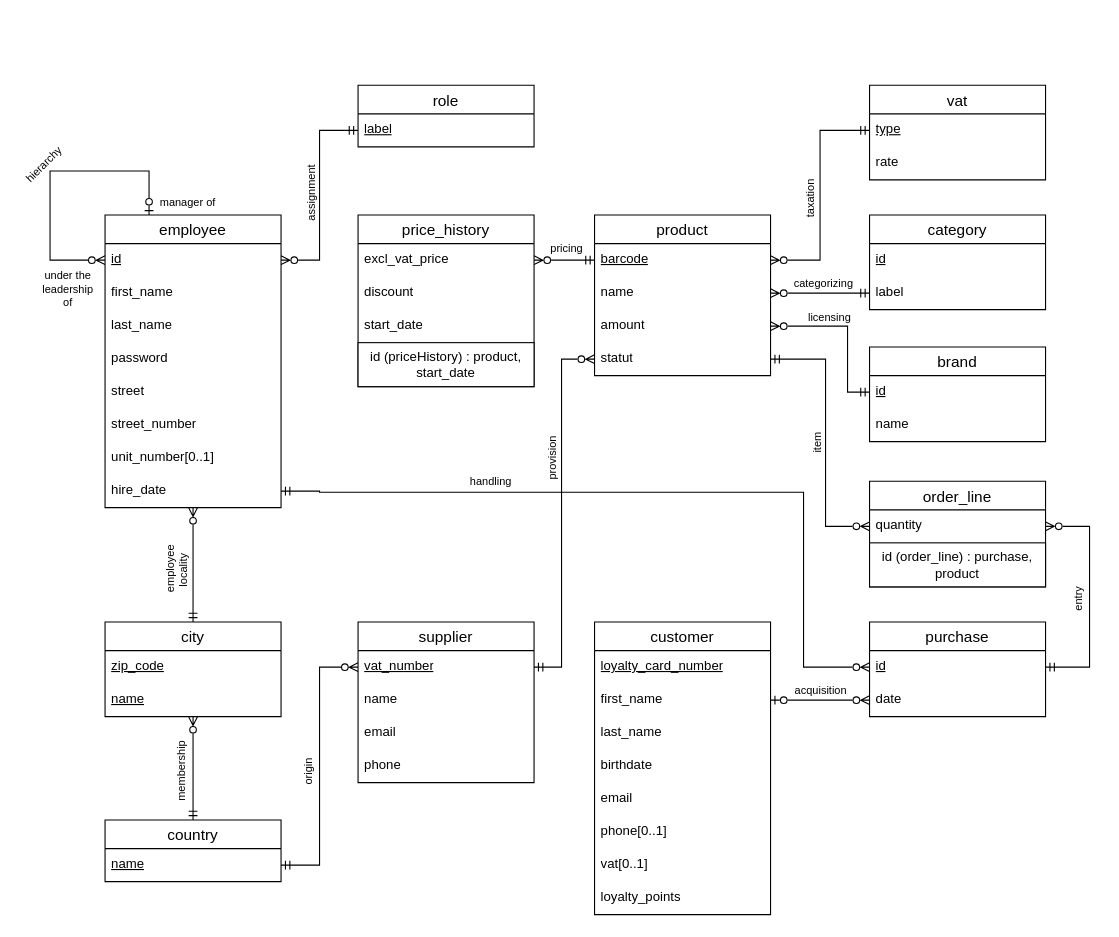
Before: docs/DB/ER_diagram.drawio in maxoux53/petit-bazar, a draw.io diagram. Source tidied: cells renumbered, new cells numbered last; positions are measured from the earlier drawing's top-left corner, leaving out a move shared by most shapes. Both pictures are drawn from the tidied source at 110%, with x=0, y=0 at pixel (16, 85).
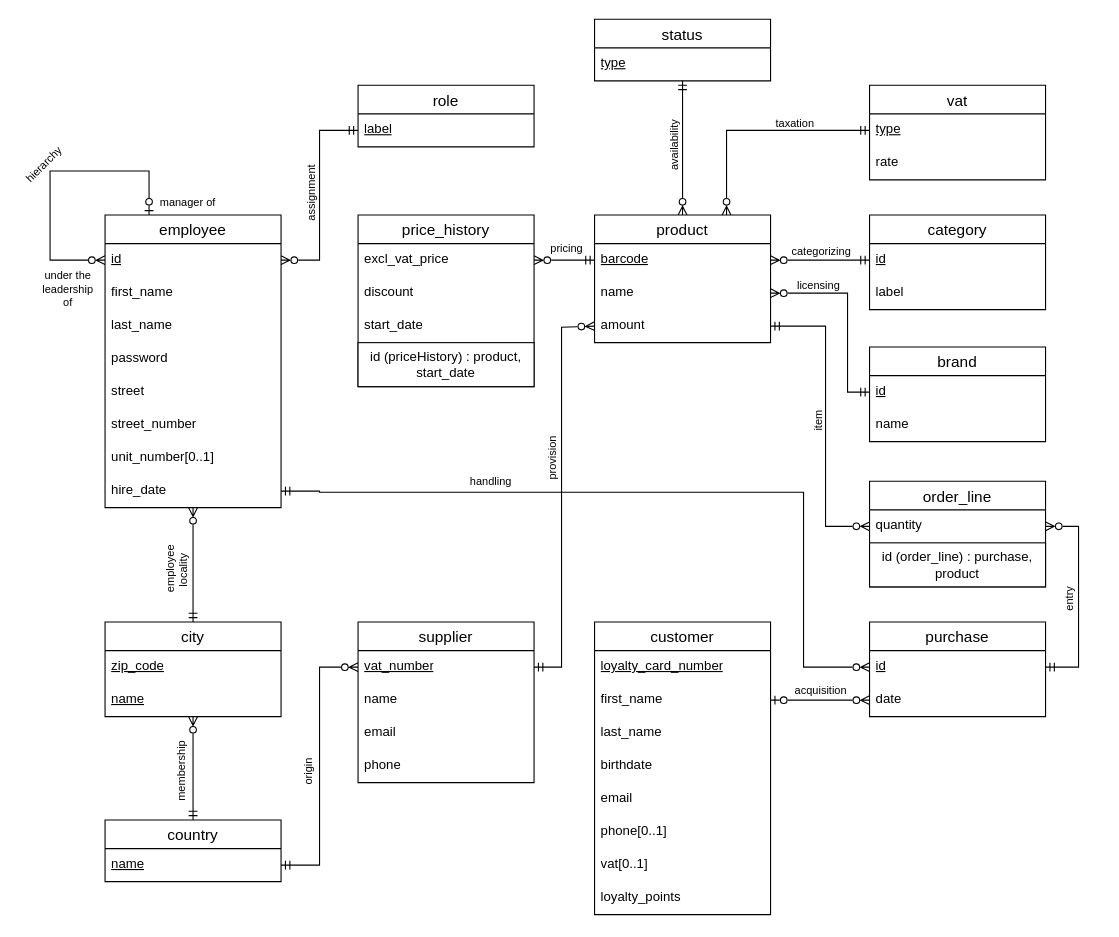
The same page after the edit.

Commit message (it also covers changes not shown here):
new entity + rename "status" + additional fix to a relationship (#17)

Unchanged cells that the change refers to:
```xml
<mxCell id="14" value="&lt;u&gt;barcode&lt;/u&gt;" style="text;strokeColor=none;fillColor=none;spacingLeft=4;spacingRight=4;overflow=hidden;points=[[0,0.5],[1,0.5]];portConstraint=eastwest;fontSize=12;whiteSpace=wrap;html=1;" parent="13" vertex="1">
  <mxGeometry y="26" width="160" height="30" as="geometry" />
</mxCell>
<mxCell id="15" value="name" style="text;strokeColor=none;fillColor=none;spacingLeft=4;spacingRight=4;overflow=hidden;points=[[0,0.5],[1,0.5]];portConstraint=eastwest;fontSize=12;whiteSpace=wrap;html=1;" parent="13" vertex="1">
  <mxGeometry y="56" width="160" height="30" as="geometry" />
</mxCell>
<mxCell id="16" value="amount" style="text;strokeColor=none;fillColor=none;spacingLeft=4;spacingRight=4;overflow=hidden;points=[[0,0.5],[1,0.5]];portConstraint=eastwest;fontSize=12;whiteSpace=wrap;html=1;" parent="13" vertex="1">
  <mxGeometry y="86" width="160" height="30" as="geometry" />
</mxCell>
<mxCell id="19" value="&lt;u&gt;id&lt;/u&gt;" style="text;strokeColor=none;fillColor=none;spacingLeft=4;spacingRight=4;overflow=hidden;points=[[0,0.5],[1,0.5]];portConstraint=eastwest;fontSize=12;whiteSpace=wrap;html=1;" parent="18" vertex="1">
  <mxGeometry y="26" width="160" height="30" as="geometry" />
</mxCell>
<mxCell id="22" value="&lt;u&gt;vat_number&lt;/u&gt;" style="text;strokeColor=none;fillColor=none;spacingLeft=4;spacingRight=4;overflow=hidden;points=[[0,0.5],[1,0.5]];portConstraint=eastwest;fontSize=12;whiteSpace=wrap;html=1;" parent="21" vertex="1">
  <mxGeometry y="26" width="160" height="30" as="geometry" />
</mxCell>
<mxCell id="48" value="&lt;u&gt;id&lt;/u&gt;" style="text;strokeColor=none;fillColor=none;spacingLeft=4;spacingRight=4;overflow=hidden;points=[[0,0.5],[1,0.5]];portConstraint=eastwest;fontSize=12;whiteSpace=wrap;html=1;" parent="47" vertex="1">
  <mxGeometry y="26" width="160" height="30" as="geometry" />
</mxCell>
<mxCell id="51" value="quantity" style="text;strokeColor=none;fillColor=none;spacingLeft=4;spacingRight=4;overflow=hidden;points=[[0,0.5],[1,0.5]];portConstraint=eastwest;fontSize=12;whiteSpace=wrap;html=1;" parent="50" vertex="1">
  <mxGeometry y="26" width="160" height="30" as="geometry" />
</mxCell>
<mxCell id="63" value="&lt;u&gt;id&lt;/u&gt;" style="text;strokeColor=none;fillColor=none;spacingLeft=4;spacingRight=4;overflow=hidden;points=[[0,0.5],[1,0.5]];portConstraint=eastwest;fontSize=12;whiteSpace=wrap;html=1;" parent="62" vertex="1">
  <mxGeometry y="26" width="160" height="30" as="geometry" />
</mxCell>
<mxCell id="64" value="label" style="text;strokeColor=none;fillColor=none;spacingLeft=4;spacingRight=4;overflow=hidden;points=[[0,0.5],[1,0.5]];portConstraint=eastwest;fontSize=12;whiteSpace=wrap;html=1;" parent="62" vertex="1">
  <mxGeometry y="56" width="160" height="30" as="geometry" />
</mxCell>
<mxCell id="67" value="&lt;u&gt;type&lt;/u&gt;" style="text;strokeColor=none;fillColor=none;spacingLeft=4;spacingRight=4;overflow=hidden;points=[[0,0.5],[1,0.5]];portConstraint=eastwest;fontSize=12;whiteSpace=wrap;html=1;" parent="66" vertex="1">
  <mxGeometry y="26" width="160" height="30" as="geometry" />
</mxCell>
```

Change to the diagram source:
```diff
@@
+    <mxCell id="87" style="edgeStyle=orthogonalEdgeStyle;rounded=0;jettySize=auto;html=1;exitX=0.5;exitY=0;exitDx=0;exitDy=0;endArrow=ERmandOne;endFill=0;startArrow=ERzeroToMany;startFill=0;" parent="1" edge="1" source="13" target="89">
+      <mxGeometry relative="1" as="geometry" />
+    </mxCell>
+    <mxCell id="88" value="&lt;font&gt;availability&lt;/font&gt;" style="edgeLabel;html=1;align=center;verticalAlign=middle;rotation=-90;fontSize=10;" parent="87" vertex="1">
+      <mxGeometry x="-0.15" y="-1" relative="1" as="geometry">
+        <mxPoint x="-10" y="-10" as="offset" />
+      </mxGeometry>
+    </mxCell>
     <mxCell id="13" value="product" style="swimlane;fontStyle=0;horizontal=1;startSize=26;align=center;fontSize=14;" parent="1" vertex="1">
-      <mxGeometry x="525" y="118" width="160" height="146" as="geometry" />
+      <mxGeometry x="525" y="118" width="160" height="116" as="geometry" />
     </mxCell>
@@
-    <mxCell id="17" value="statut" style="text;strokeColor=none;fillColor=none;spacingLeft=4;spacingRight=4;overflow=hidden;points=[[0,0.5],[1,0.5]];portConstraint=eastwest;fontSize=12;whiteSpace=wrap;html=1;" parent="13" vertex="1">
-      <mxGeometry y="116" width="160" height="30" as="geometry" />
-    </mxCell>
@@
-    <mxCell id="54" style="edgeStyle=orthogonalEdgeStyle;rounded=0;jettySize=auto;html=1;exitX=1;exitY=0.5;exitDx=0;exitDy=0;endArrow=ERzeroToMany;endFill=0;startArrow=ERmandOne;startFill=0;entryX=0;entryY=0.5;entryDx=0;entryDy=0;" parent="1" edge="1" source="22" target="17">
+    <mxCell id="54" style="edgeStyle=orthogonalEdgeStyle;rounded=0;jettySize=auto;html=1;exitX=1;exitY=0.5;exitDx=0;exitDy=0;endArrow=ERzeroToMany;endFill=0;startArrow=ERmandOne;startFill=0;entryX=0;entryY=0.5;entryDx=0;entryDy=0;" parent="1" edge="1" source="22" target="16">
       <mxGeometry relative="1" as="geometry">
         <Array as="points">
           <mxPoint x="495" y="529" />
-          <mxPoint x="495" y="249" />
+          <mxPoint x="495" y="220" />
         </Array>
       </mxGeometry>
     </mxCell>
@@
-    <mxCell id="56" style="edgeStyle=orthogonalEdgeStyle;rounded=0;jettySize=auto;html=1;exitX=1;exitY=0.5;exitDx=0;exitDy=0;entryX=0;entryY=0.5;entryDx=0;entryDy=0;endArrow=ERmandOne;endFill=0;startArrow=ERzeroToMany;startFill=0;" parent="1" edge="1" source="16" target="19">
+    <mxCell id="56" style="edgeStyle=orthogonalEdgeStyle;rounded=0;jettySize=auto;html=1;exitX=1;exitY=0.5;exitDx=0;exitDy=0;entryX=0;entryY=0.5;entryDx=0;entryDy=0;endArrow=ERmandOne;endFill=0;startArrow=ERzeroToMany;startFill=0;" parent="1" edge="1" source="15" target="19">
       <mxGeometry relative="1" as="geometry">
         <Array as="points">
-          <mxPoint x="755" y="219" />
+          <mxPoint x="755" y="189" />
           <mxPoint x="755" y="279" />
         </Array>
       </mxGeometry>
     </mxCell>
-    <mxCell id="57" style="edgeStyle=orthogonalEdgeStyle;rounded=0;jettySize=auto;html=1;exitX=1;exitY=0.5;exitDx=0;exitDy=0;entryX=0;entryY=0.5;entryDx=0;entryDy=0;endArrow=ERzeroToMany;endFill=0;startArrow=ERmandOne;startFill=0;" parent="1" edge="1" source="17" target="51">
+    <mxCell id="57" style="edgeStyle=orthogonalEdgeStyle;rounded=0;jettySize=auto;html=1;exitX=1;exitY=0.5;exitDx=0;exitDy=0;entryX=0;entryY=0.5;entryDx=0;entryDy=0;endArrow=ERzeroToMany;endFill=0;startArrow=ERmandOne;startFill=0;" parent="1" edge="1" source="16" target="51">
       <mxGeometry relative="1" as="geometry">
         <Array as="points">
-          <mxPoint x="735" y="249" />
+          <mxPoint x="735" y="219" />
           <mxPoint x="735" y="401" />
         </Array>
       </mxGeometry>
     </mxCell>
     <mxCell id="58" style="edgeStyle=orthogonalEdgeStyle;rounded=0;jettySize=auto;html=1;exitX=1;exitY=0.5;exitDx=0;exitDy=0;entryX=1;entryY=0.5;entryDx=0;entryDy=0;endArrow=ERmandOne;endFill=0;startArrow=ERzeroToMany;startFill=0;" parent="1" edge="1" source="51" target="48">
       <mxGeometry relative="1" as="geometry">
         <Array as="points">
-          <mxPoint x="975" y="401" />
-          <mxPoint x="975" y="529" />
+          <mxPoint x="965" y="401" />
+          <mxPoint x="965" y="529" />
         </Array>
       </mxGeometry>
     </mxCell>
@@
-    <mxCell id="65" style="edgeStyle=orthogonalEdgeStyle;rounded=0;jettySize=auto;html=1;exitX=1;exitY=0.5;exitDx=0;exitDy=0;entryX=0;entryY=0.5;entryDx=0;entryDy=0;startArrow=ERzeroToMany;startFill=0;endArrow=ERmandOne;endFill=0;" parent="1" edge="1" source="15" target="64">
+    <mxCell id="65" style="edgeStyle=orthogonalEdgeStyle;rounded=0;jettySize=auto;html=1;exitX=1;exitY=0.5;exitDx=0;exitDy=0;entryX=0;entryY=0.5;entryDx=0;entryDy=0;startArrow=ERzeroToMany;startFill=0;endArrow=ERmandOne;endFill=0;" parent="1" edge="1" source="14" target="63">
       <mxGeometry relative="1" as="geometry" />
     </mxCell>
@@
-    <mxCell id="69" style="edgeStyle=orthogonalEdgeStyle;rounded=0;jettySize=auto;html=1;exitX=0;exitY=0.5;exitDx=0;exitDy=0;entryX=1;entryY=0.5;entryDx=0;entryDy=0;endArrow=ERzeroToMany;endFill=0;startArrow=ERmandOne;startFill=0;" parent="1" edge="1" source="67" target="14">
+    <mxCell id="69" style="edgeStyle=orthogonalEdgeStyle;rounded=0;jettySize=auto;html=1;exitX=0;exitY=0.5;exitDx=0;exitDy=0;entryX=0.75;entryY=0;entryDx=0;entryDy=0;endArrow=ERzeroToMany;endFill=0;startArrow=ERmandOne;startFill=0;" parent="1" edge="1" source="67" target="13">
       <mxGeometry relative="1" as="geometry" />
     </mxCell>
@@
-    <mxCell id="77" value="&lt;div&gt;taxation&lt;/div&gt;" style="text;html=1;align=center;verticalAlign=middle;whiteSpace=wrap;rounded=0;rotation=-90;fontSize=10;" parent="1" vertex="1">
-      <mxGeometry x="696" y="93" width="50" height="20" as="geometry" />
+    <mxCell id="77" value="&lt;div&gt;taxation&lt;/div&gt;" style="text;html=1;align=center;verticalAlign=middle;whiteSpace=wrap;rounded=0;rotation=0;fontSize=10;" parent="1" vertex="1">
+      <mxGeometry x="686" y="28" width="43" height="11.5" as="geometry" />
     </mxCell>
     <mxCell id="78" value="&lt;div&gt;licensing&lt;/div&gt;" style="text;html=1;align=center;verticalAlign=middle;whiteSpace=wrap;rounded=0;rotation=0;fontSize=10;" parent="1" vertex="1">
-      <mxGeometry x="714" y="201" width="50" height="20" as="geometry" />
+      <mxGeometry x="705" y="175.8" width="48" height="11.5" as="geometry" />
     </mxCell>
     <mxCell id="79" value="&lt;div&gt;categorizing&lt;/div&gt;" style="text;html=1;align=center;verticalAlign=middle;whiteSpace=wrap;rounded=0;rotation=0;fontSize=10;" parent="1" vertex="1">
-      <mxGeometry x="704" y="172" width="59" height="15" as="geometry" />
+      <mxGeometry x="702" y="143" width="59" height="15" as="geometry" />
     </mxCell>
@@
     <mxCell id="84" value="&lt;div&gt;item&lt;/div&gt;" style="text;html=1;align=center;verticalAlign=middle;whiteSpace=wrap;rounded=0;rotation=-90;fontSize=10;" parent="1" vertex="1">
-      <mxGeometry x="712" y="315" width="30" height="20" as="geometry" />
+      <mxGeometry x="713" y="295" width="30" height="20" as="geometry" />
     </mxCell>
     <mxCell id="85" value="&lt;div&gt;entry&lt;/div&gt;" style="text;html=1;align=center;verticalAlign=middle;whiteSpace=wrap;rounded=0;rotation=-90;fontSize=10;" parent="1" vertex="1">
-      <mxGeometry x="950" y="457" width="30" height="20" as="geometry" />
+      <mxGeometry x="941" y="458.5" width="30" height="17" as="geometry" />
     </mxCell>
@@
+    <mxCell id="89" value="status" style="swimlane;fontStyle=0;horizontal=1;startSize=26;align=center;fontSize=14;" parent="1" vertex="1">
+      <mxGeometry x="525" y="-60" width="160" height="56" as="geometry" />
+    </mxCell>
+    <mxCell id="90" value="&lt;u&gt;type&lt;/u&gt;" style="text;strokeColor=none;fillColor=none;spacingLeft=4;spacingRight=4;overflow=hidden;fontSize=12;whiteSpace=wrap;html=1;" parent="89" vertex="1">
+      <mxGeometry y="26" width="160" height="30" as="geometry" />
+    </mxCell>
```
